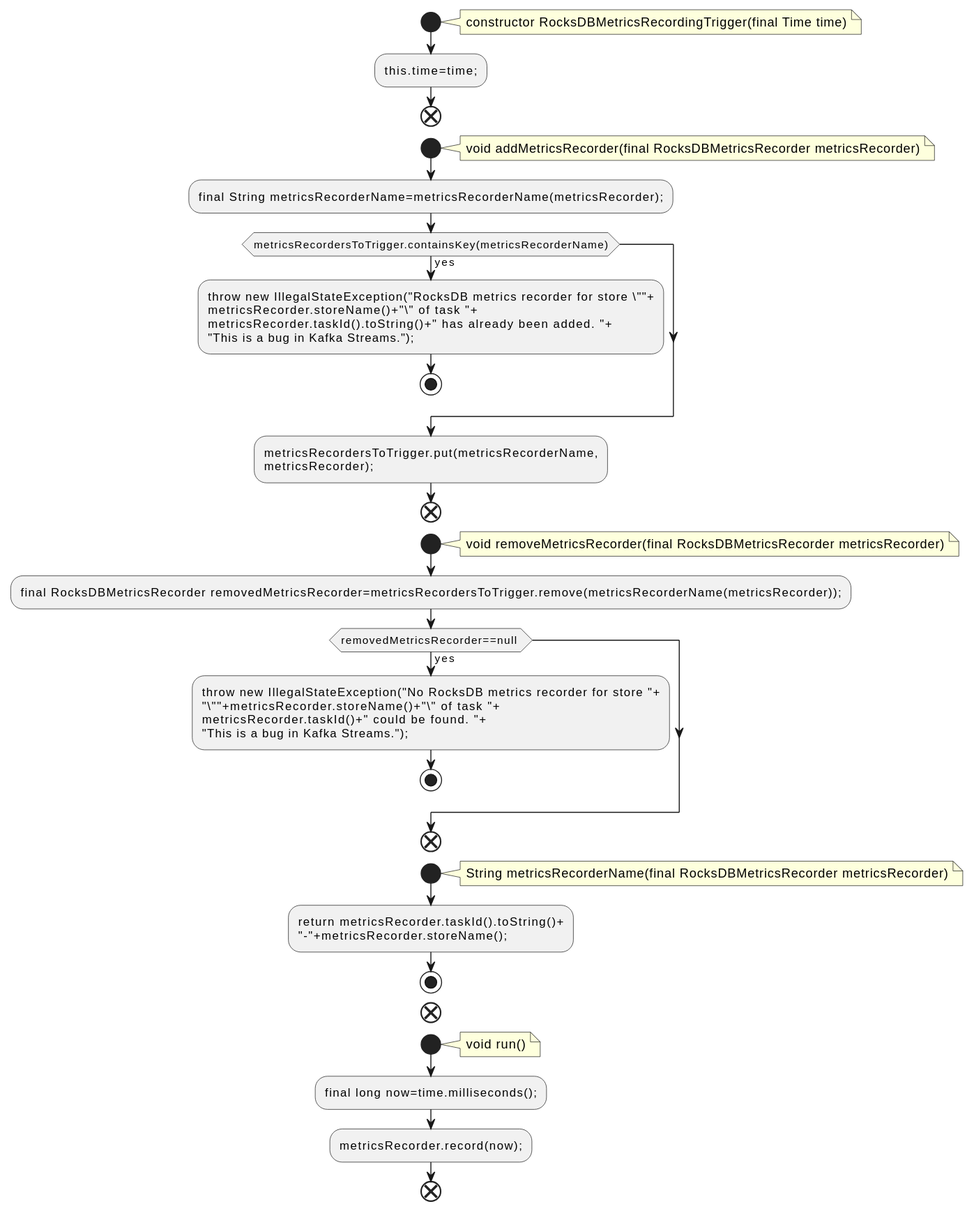
qualitesys/kafka keeps this PlantUML diagram as docs/qc/streams/src/main/java/org/apache/kafka/streams/state/internals/metrics/RocksDBMetricsRecordingTrigger.java.fct.svg. Above is the earlier version.
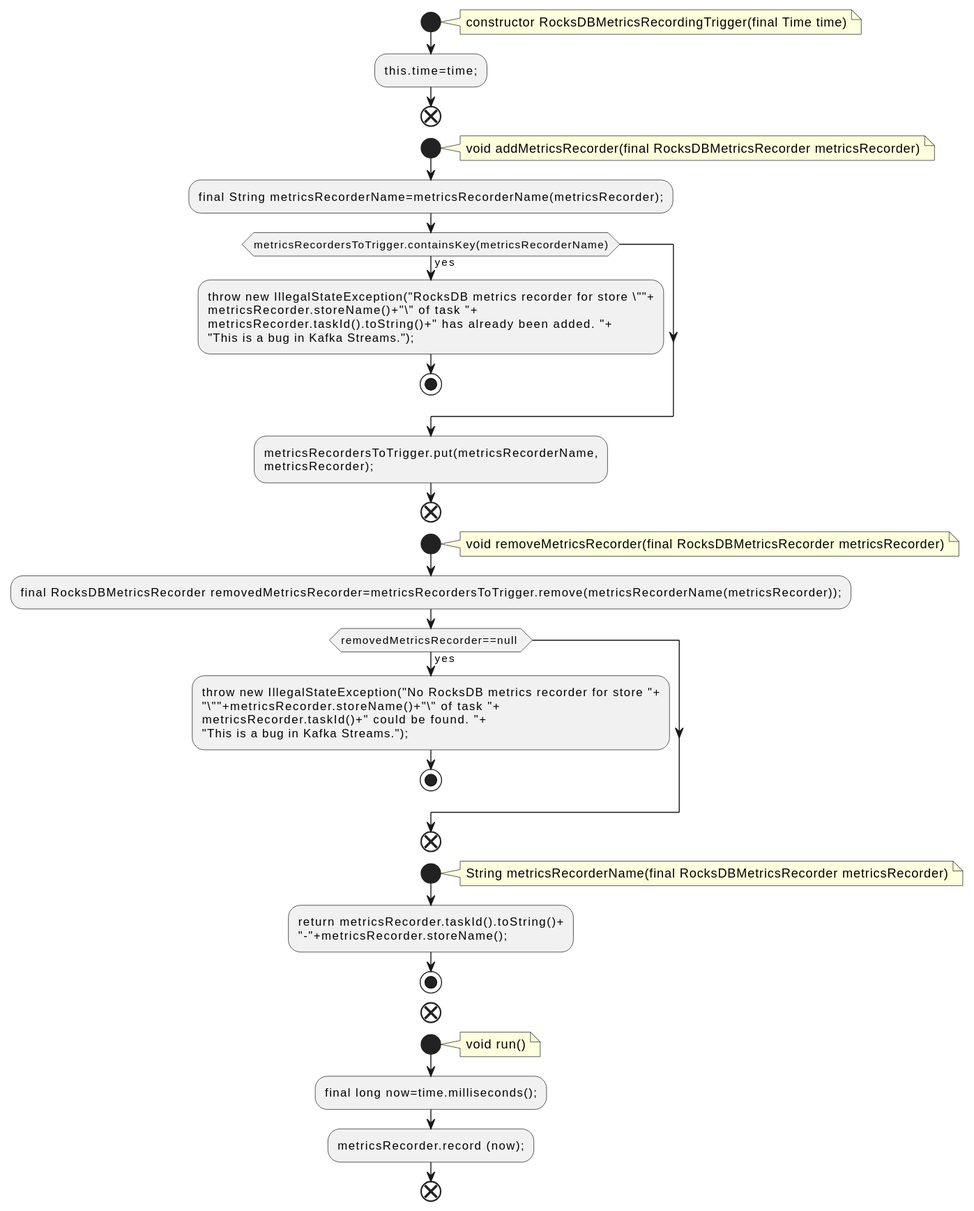
The same file after the commit.

Diff of the diagram source:
```diff
@@ -47,6 +47,6 @@
 void run()
 end note
 :final long now=time.milliseconds();;
-:metricsRecorder.record(now);;
+:metricsRecorder.record (now);;
 end
 @enduml
```
